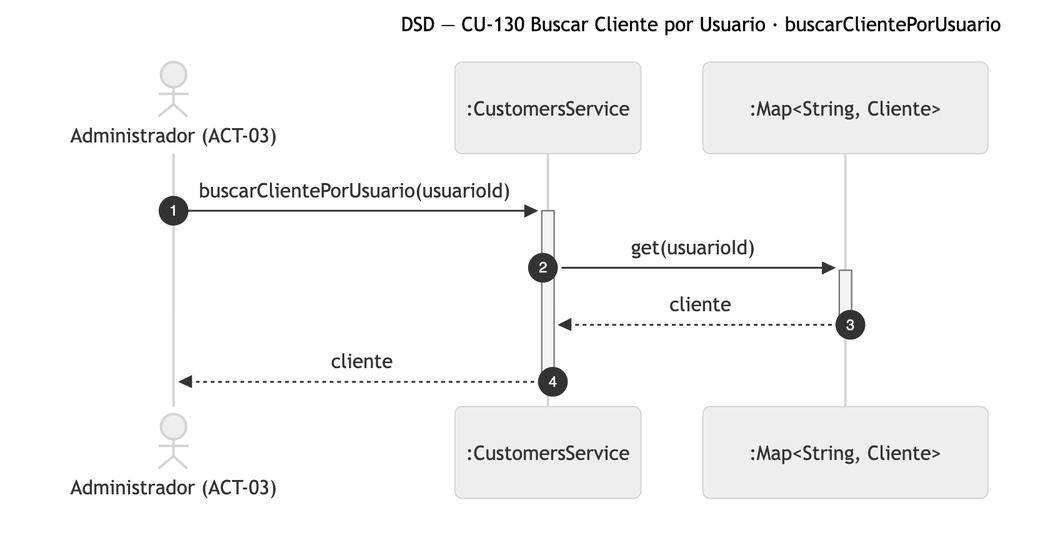
This is diagramas/png/DSD_CU-130_buscarClientePorUsuario.png from Nahuelito-Dev/splg-docs, a Mermaid export, as it was before one commit. Its source is kept beside it as diagramas/DSD_CU-130_buscarClientePorUsuario.mmd. The source it was exported from:
```mermaid
sequenceDiagram
    title DSD — CU-130 Buscar Cliente por Usuario · buscarClientePorUsuario
    autonumber
    actor ADM as Administrador (ACT-03)
    participant SRV as :CustomersService
    participant COL as :Map#lt;String, Cliente#gt;

    ADM->>+SRV: buscarClientePorUsuario(usuarioId)
    SRV->>+COL: get(usuarioId)
    COL-->>-SRV: cliente
    SRV-->>-ADM: cliente
```
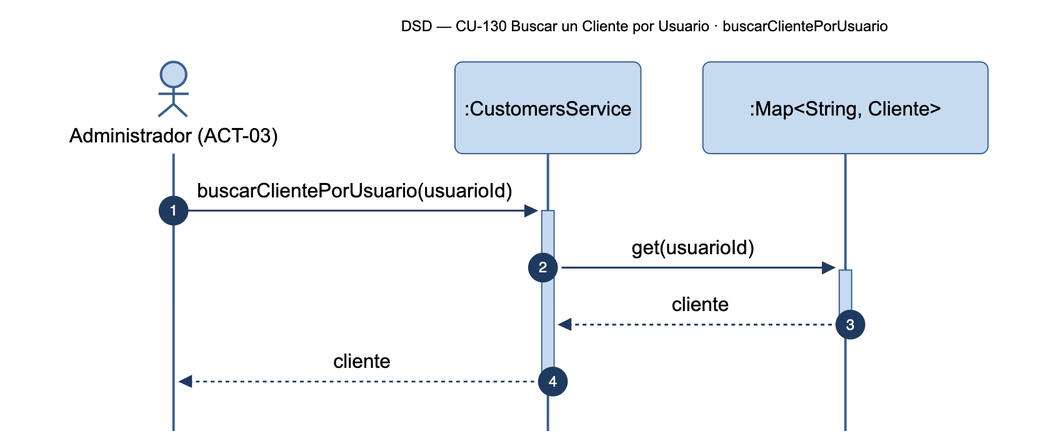
Above is the later version.

The edit, as a diff of the source:
```diff
@@ -1,5 +1,5 @@
 sequenceDiagram
-    title DSD — CU-130 Buscar Cliente por Usuario · buscarClientePorUsuario
+    title DSD — CU-130 Buscar un Cliente por Usuario · buscarClientePorUsuario
     autonumber
     actor ADM as Administrador (ACT-03)
     participant SRV as :CustomersService
```
